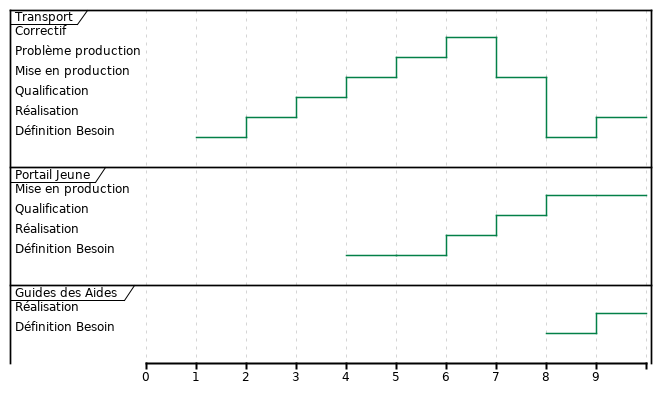
Above: img/cycle-vie-naq.png in sylvainmetayer/epsi-memoire (PlantUML), before the change. The source it was exported from:
```plantuml
@startuml
robust "Transport" as T
robust "Portail Jeune" as PJE
robust "Guides des Aides" as GDA

@1
T is "Définition Besoin"

@2
T is "Réalisation"

@3
T is "Qualification"

@4
T is "Mise en production"
PJE is "Définition Besoin"

@5
T is "Problème production"
PJE is "Définition Besoin"

@6
T is "Correctif"
PJE is "Réalisation"

@7
T is "Mise en production"
PJE is "Qualification"

@8
T is "Définition Besoin"
GDA is "Définition Besoin"
PJE is "Mise en production"

@9
T is "Réalisation"
GDA is "Réalisation"
@enduml
```
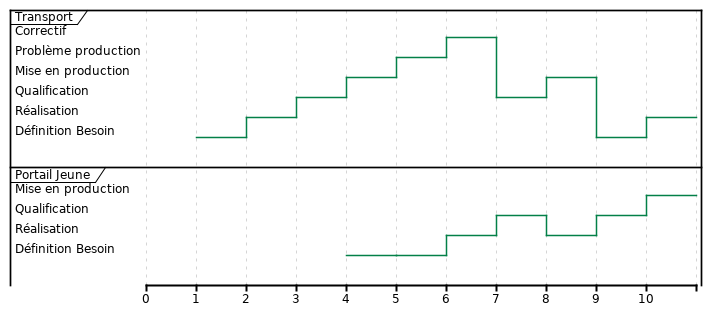
After the commit.

The edit, as a diff of the source:
```diff
@@ -1,7 +1,6 @@
 @startuml
 robust "Transport" as T
 robust "Portail Jeune" as PJE
-robust "Guides des Aides" as GDA
 
 @1
 T is "Définition Besoin"
@@ -25,15 +24,18 @@
 PJE is "Réalisation"
 
 @7
-T is "Mise en production"
+T is "Qualification"
 PJE is "Qualification"
 
 @8
-T is "Définition Besoin"
-GDA is "Définition Besoin"
-PJE is "Mise en production"
+T is "Mise en production"
+PJE is "Réalisation"
 
 @9
+T is "Définition Besoin"
+PJE is "Qualification"
+
+@10
 T is "Réalisation"
-GDA is "Réalisation"
+PJE is "Mise en production"
 @enduml
```
